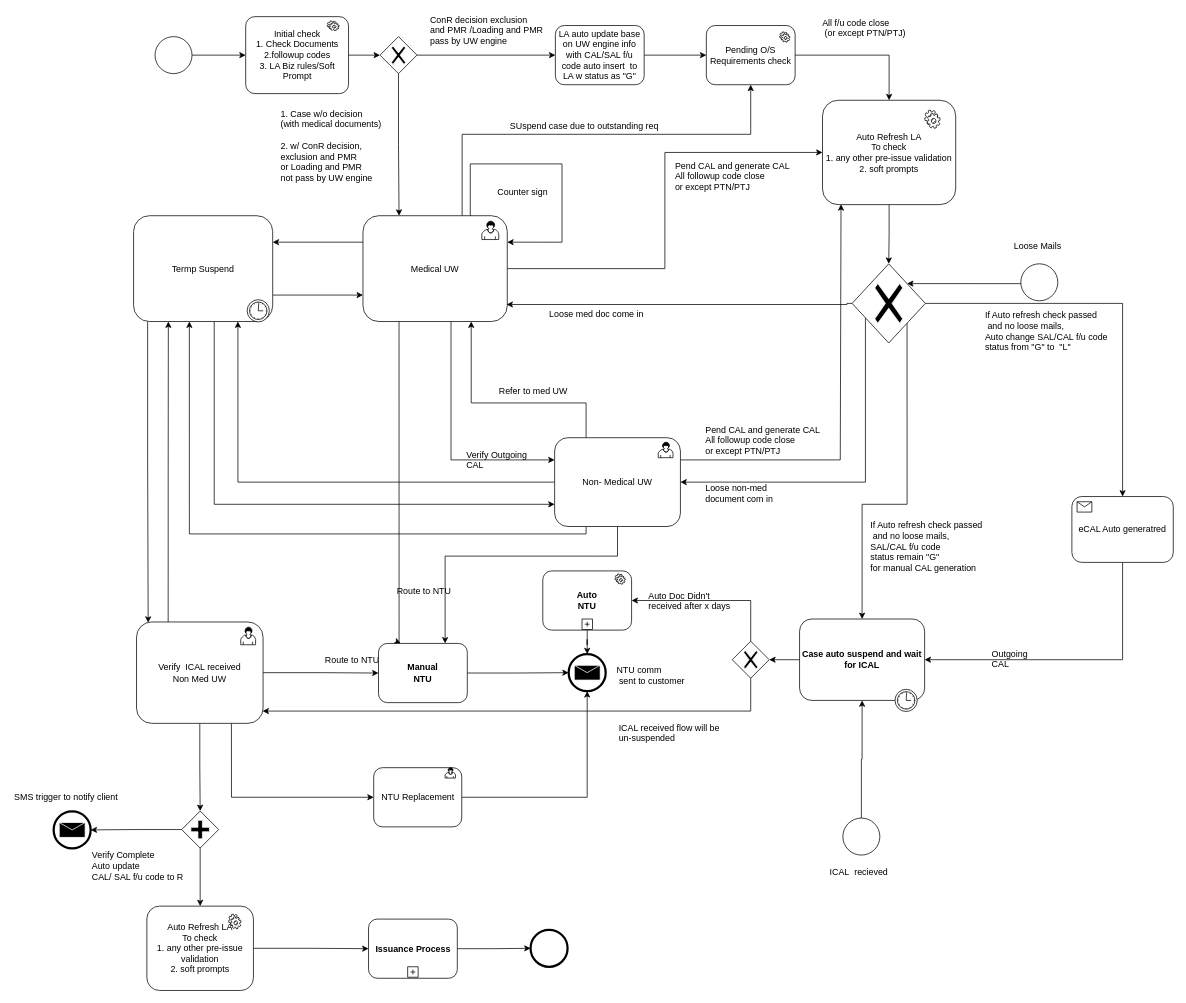
Before: page "CAL" (2 of 11) of HS.drawio in Jefferzonlee/WorkFlow-BPR, a draw.io diagram. Source tidied: cells renumbered, new cells numbered last; positions are measured from the earlier drawing's top-left corner, leaving out a move shared by most shapes. Both pictures are drawn from the tidied source at 74%, with x=0, y=0 at pixel (13, 13).
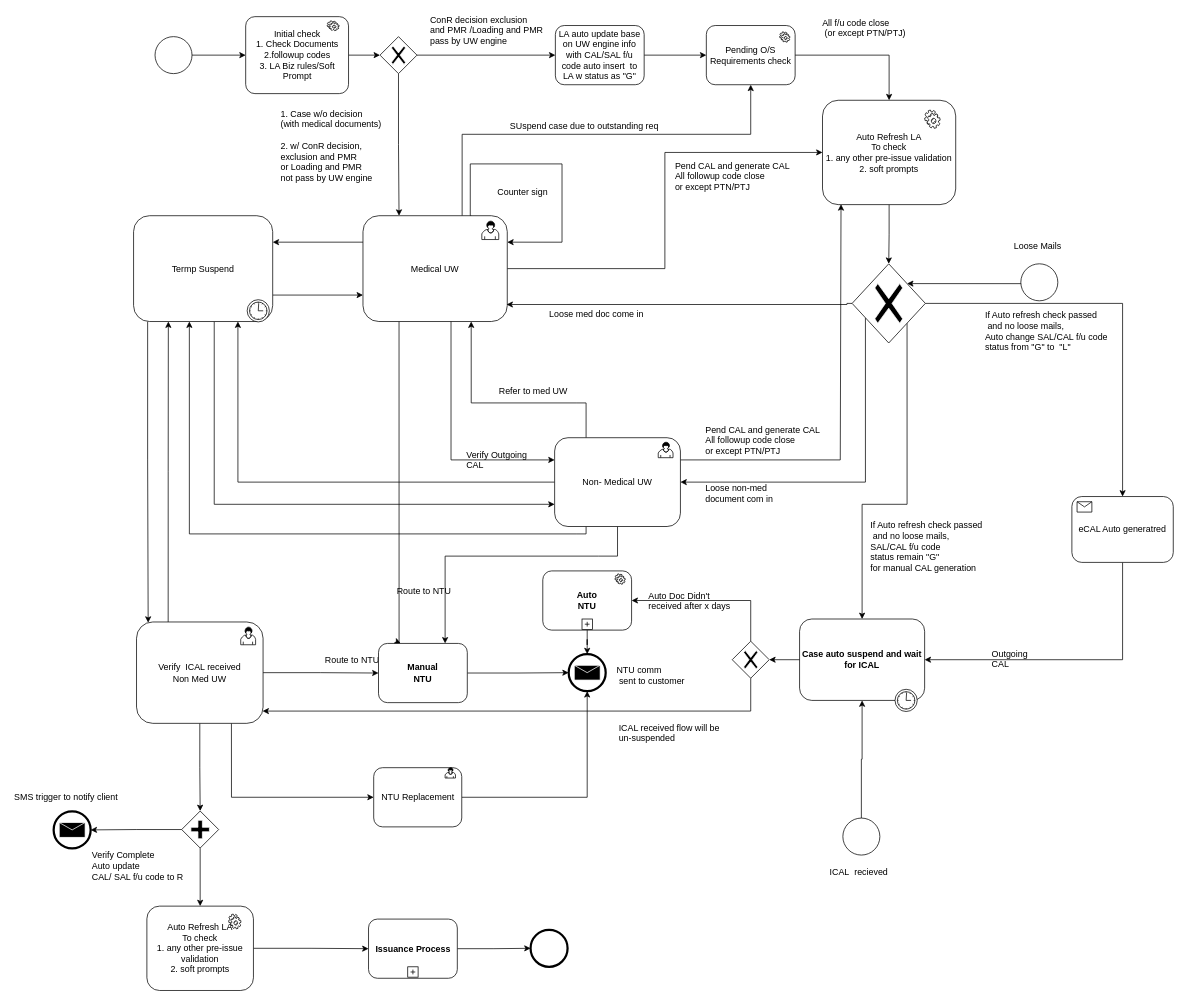
After the change.

The edit, as a diff of the source:
```diff
@@
-    <mxCell id="65" value="&lt;span&gt;Verify&amp;nbsp; ICAL received&lt;br&gt;Non Med UW&lt;br&gt;&lt;/span&gt;" style="html=1;whiteSpace=wrap;rounded=1;" parent="1" vertex="1">
+    <mxCell id="65" value="&lt;span&gt;Verify&amp;nbsp; ICAL received&lt;br&gt;Non Med UW&lt;br&gt;&lt;/span&gt;" style="html=1;whiteSpace=wrap;rounded=1;arcSize=16;" parent="1" vertex="1">
       <mxGeometry x="167" y="823" width="171" height="137" as="geometry" />
     </mxCell>
```
